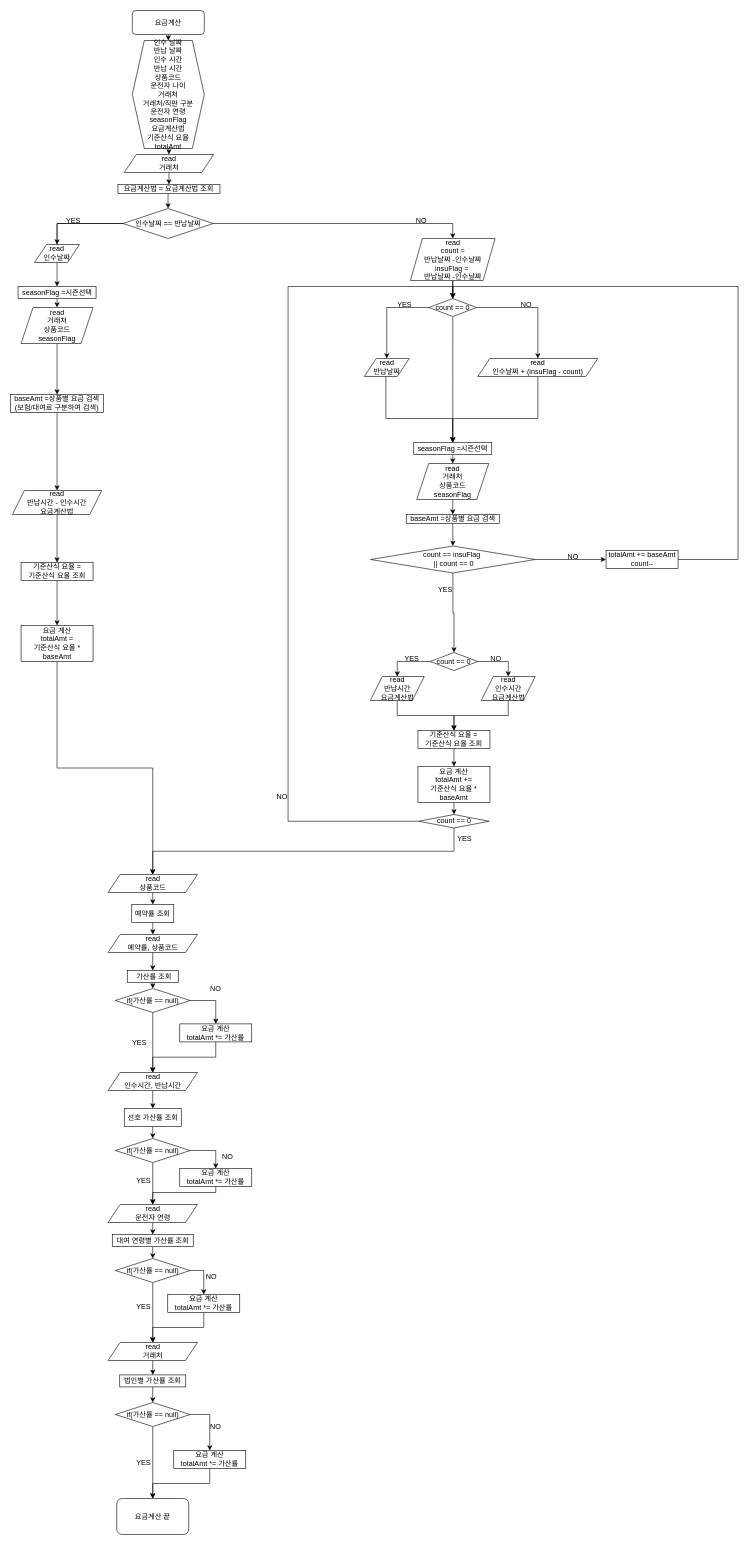
Earlier version of the draw.io diagram AmtCalc.drawio (nsnnsn12/TestProject). Source tidied: cells renumbered, new cells numbered last; positions are measured from the earlier drawing's top-left corner, leaving out a move shared by most shapes. Both pictures are drawn from the tidied source at 60%, with x=0, y=0 at pixel (10, 10).
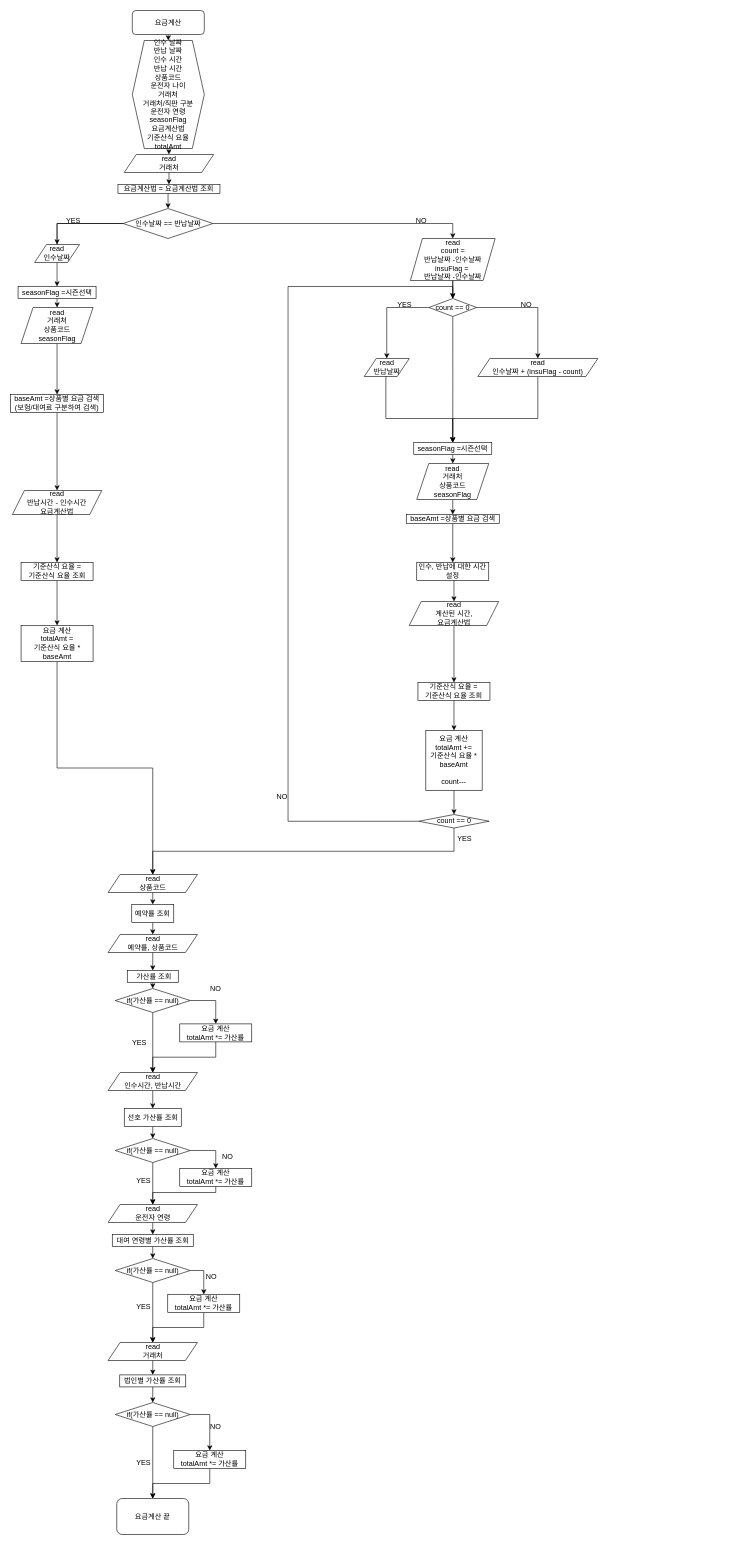
Above is the later version.

Unchanged cells that the change refers to:
```xml
<mxCell id="28" value="baseAmt =상품별 요금 검색&lt;br&gt;" style="rounded=0;whiteSpace=wrap;html=1;" parent="1" vertex="1">
  <mxGeometry x="659.6" y="840" width="155" height="15" as="geometry" />
</mxCell>
<mxCell id="40" value="count == 0" style="rhombus;whiteSpace=wrap;html=1;" parent="1" vertex="1">
  <mxGeometry x="697.4" y="480" width="79.5" height="30" as="geometry" />
</mxCell>
```

Diff of the diagram source:
```diff
@@
-    <mxCell id="27" style="edgeStyle=orthogonalEdgeStyle;rounded=0;jettySize=auto;html=1;exitX=0.5;exitY=1;exitDx=0;exitDy=0;entryX=0.5;entryY=0;entryDx=0;entryDy=0;" parent="1" edge="1" source="28" target="48">
-      <mxGeometry relative="1" as="geometry" />
-    </mxCell>
+    <mxCell id="124" style="edgeStyle=orthogonalEdgeStyle;rounded=0;jettySize=auto;html=1;exitX=0.5;exitY=1;exitDx=0;exitDy=0;entryX=0.5;entryY=0;entryDx=0;entryDy=0;" parent="1" edge="1" source="28" target="126">
+      <mxGeometry relative="1" as="geometry" />
+    </mxCell>
@@
     <mxCell id="35" value="기준산식 요율 = &lt;br&gt;기준산식 요율 조회" style="rounded=0;whiteSpace=wrap;html=1;" parent="1" vertex="1">
-      <mxGeometry x="679.1" y="1200" width="120" height="30" as="geometry" />
+      <mxGeometry x="679.1" y="1120" width="120" height="30" as="geometry" />
     </mxCell>
@@
-    <mxCell id="37" value="요금 계산&lt;br&gt;totalAmt +=&lt;br&gt;기준산식 요율 * baseAmt" style="rounded=0;whiteSpace=wrap;html=1;" parent="1" vertex="1">
-      <mxGeometry x="679.1" y="1260" width="120" height="60" as="geometry" />
+    <mxCell id="37" value="요금 계산&lt;br&gt;totalAmt +=&lt;br&gt;기준산식 요율 * baseAmt&lt;br&gt;&lt;br&gt;count---" style="rounded=0;whiteSpace=wrap;html=1;" parent="1" vertex="1">
+      <mxGeometry x="692.2" y="1200" width="93.9" height="100" as="geometry" />
     </mxCell>
@@
-    <mxCell id="46" style="edgeStyle=orthogonalEdgeStyle;rounded=0;jettySize=auto;html=1;exitX=1;exitY=0.5;exitDx=0;exitDy=0;" parent="1" edge="1" source="48" target="50">
-      <mxGeometry relative="1" as="geometry" />
-    </mxCell>
-    <mxCell id="47" style="edgeStyle=orthogonalEdgeStyle;rounded=0;jettySize=auto;html=1;exitX=0.5;exitY=1;exitDx=0;exitDy=0;entryX=0.5;entryY=0;entryDx=0;entryDy=0;" parent="1" edge="1" source="48" target="53">
-      <mxGeometry relative="1" as="geometry" />
-    </mxCell>
-    <mxCell id="48" value="count == insuFlag&amp;nbsp;&lt;br&gt;&amp;nbsp;|| count == 0" style="rhombus;whiteSpace=wrap;html=1;" parent="1" vertex="1">
-      <mxGeometry x="600.1" y="892.5" width="274.5" height="45" as="geometry" />
-    </mxCell>
-    <mxCell id="49" style="edgeStyle=orthogonalEdgeStyle;rounded=0;jettySize=auto;html=1;exitX=1;exitY=0.5;exitDx=0;exitDy=0;entryX=0.5;entryY=0;entryDx=0;entryDy=0;" parent="1" edge="1" source="50" target="40">
-      <mxGeometry relative="1" as="geometry">
-        <Array as="points">
-          <mxPoint x="1212.6" y="915" />
-          <mxPoint x="1212.6" y="460" />
-          <mxPoint x="737.6" y="460" />
-        </Array>
-      </mxGeometry>
-    </mxCell>
-    <mxCell id="50" value="totalAmt += baseAmt&lt;br&gt;count--" style="rounded=0;whiteSpace=wrap;html=1;" parent="1" vertex="1">
-      <mxGeometry x="992.6" y="900" width="120" height="30" as="geometry" />
-    </mxCell>
-    <mxCell id="51" style="edgeStyle=orthogonalEdgeStyle;rounded=0;jettySize=auto;html=1;exitX=1;exitY=0.5;exitDx=0;exitDy=0;" parent="1" edge="1" source="53" target="59">
-      <mxGeometry relative="1" as="geometry" />
-    </mxCell>
-    <mxCell id="52" style="edgeStyle=orthogonalEdgeStyle;rounded=0;jettySize=auto;html=1;exitX=0;exitY=0.5;exitDx=0;exitDy=0;" parent="1" edge="1" source="53" target="57">
-      <mxGeometry relative="1" as="geometry" />
-    </mxCell>
-    <mxCell id="53" value="count == 0" style="rhombus;whiteSpace=wrap;html=1;" parent="1" vertex="1">
-      <mxGeometry x="699.4" y="1070" width="79.5" height="30" as="geometry" />
-    </mxCell>
-    <mxCell id="54" value="NO" style="text;html=1;strokeColor=none;fillColor=none;align=center;verticalAlign=middle;whiteSpace=wrap;rounded=0;" parent="1" vertex="1">
-      <mxGeometry x="917.6" y="900" width="40" height="20" as="geometry" />
-    </mxCell>
-    <mxCell id="55" value="YES" style="text;html=1;strokeColor=none;fillColor=none;align=center;verticalAlign=middle;whiteSpace=wrap;rounded=0;" parent="1" vertex="1">
-      <mxGeometry x="704.6" y="955" width="40" height="20" as="geometry" />
-    </mxCell>
-    <mxCell id="56" style="edgeStyle=orthogonalEdgeStyle;rounded=0;jettySize=auto;html=1;exitX=0.5;exitY=1;exitDx=0;exitDy=0;" parent="1" edge="1" source="57" target="35">
-      <mxGeometry relative="1" as="geometry" />
-    </mxCell>
-    <mxCell id="57" value="read&lt;br&gt;반납시간&lt;br&gt;요금계산법" style="shape=parallelogram;perimeter=parallelogramPerimeter;whiteSpace=wrap;html=1;fixedSize=1;" parent="1" vertex="1">
-      <mxGeometry x="599.6" y="1110" width="90" height="40" as="geometry" />
-    </mxCell>
-    <mxCell id="58" style="edgeStyle=orthogonalEdgeStyle;rounded=0;jettySize=auto;html=1;exitX=0.5;exitY=1;exitDx=0;exitDy=0;" parent="1" edge="1" source="59" target="35">
-      <mxGeometry relative="1" as="geometry" />
-    </mxCell>
-    <mxCell id="59" value="read&lt;br&gt;인수시간&lt;br&gt;요금계산법" style="shape=parallelogram;perimeter=parallelogramPerimeter;whiteSpace=wrap;html=1;fixedSize=1;" parent="1" vertex="1">
-      <mxGeometry x="784.6" y="1110" width="90" height="40" as="geometry" />
-    </mxCell>
@@
-    <mxCell id="64" value="YES" style="text;html=1;strokeColor=none;fillColor=none;align=center;verticalAlign=middle;whiteSpace=wrap;rounded=0;" parent="1" vertex="1">
-      <mxGeometry x="649" y="1070" width="40" height="20" as="geometry" />
-    </mxCell>
-    <mxCell id="65" value="NO" style="text;html=1;strokeColor=none;fillColor=none;align=center;verticalAlign=middle;whiteSpace=wrap;rounded=0;" parent="1" vertex="1">
-      <mxGeometry x="789.2" y="1070" width="40" height="20" as="geometry" />
-    </mxCell>
@@
+    <mxCell id="125" style="edgeStyle=orthogonalEdgeStyle;rounded=0;jettySize=auto;html=1;exitX=0.5;exitY=1;exitDx=0;exitDy=0;entryX=0.5;entryY=0;entryDx=0;entryDy=0;" parent="1" edge="1" source="126" target="128">
+      <mxGeometry relative="1" as="geometry" />
+    </mxCell>
+    <mxCell id="126" value="인수, 반납에 대한 시간 설정" style="rounded=0;whiteSpace=wrap;html=1;" parent="1" vertex="1">
+      <mxGeometry x="677.1" y="920" width="120" height="30" as="geometry" />
+    </mxCell>
+    <mxCell id="127" style="edgeStyle=orthogonalEdgeStyle;rounded=0;jettySize=auto;html=1;exitX=0.5;exitY=1;exitDx=0;exitDy=0;" parent="1" edge="1" source="128" target="35">
+      <mxGeometry relative="1" as="geometry" />
+    </mxCell>
+    <mxCell id="128" value="read&lt;br&gt;계산된 시간,&lt;br&gt;요금계산법" style="shape=parallelogram;perimeter=parallelogramPerimeter;whiteSpace=wrap;html=1;fixedSize=1;" parent="1" vertex="1">
+      <mxGeometry x="664.6" y="985" width="149" height="40" as="geometry" />
+    </mxCell>
```
